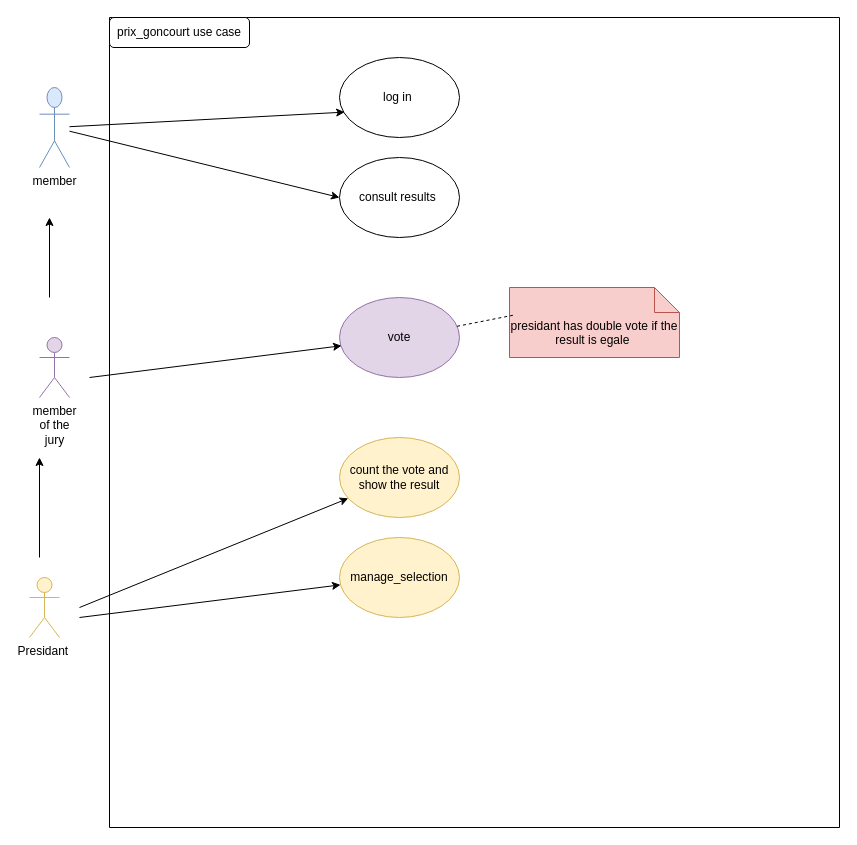
Before: prix_goncourt/Docs/diagrame_ use_case.drawio in SHATAJV/prix_goncourt-, a draw.io diagram. Source tidied: cells renumbered, new cells numbered last; positions are measured from the earlier drawing's top-left corner, leaving out a move shared by most shapes. Both pictures are drawn from the tidied source at 100%, with x=0, y=0 at pixel (29, 17).
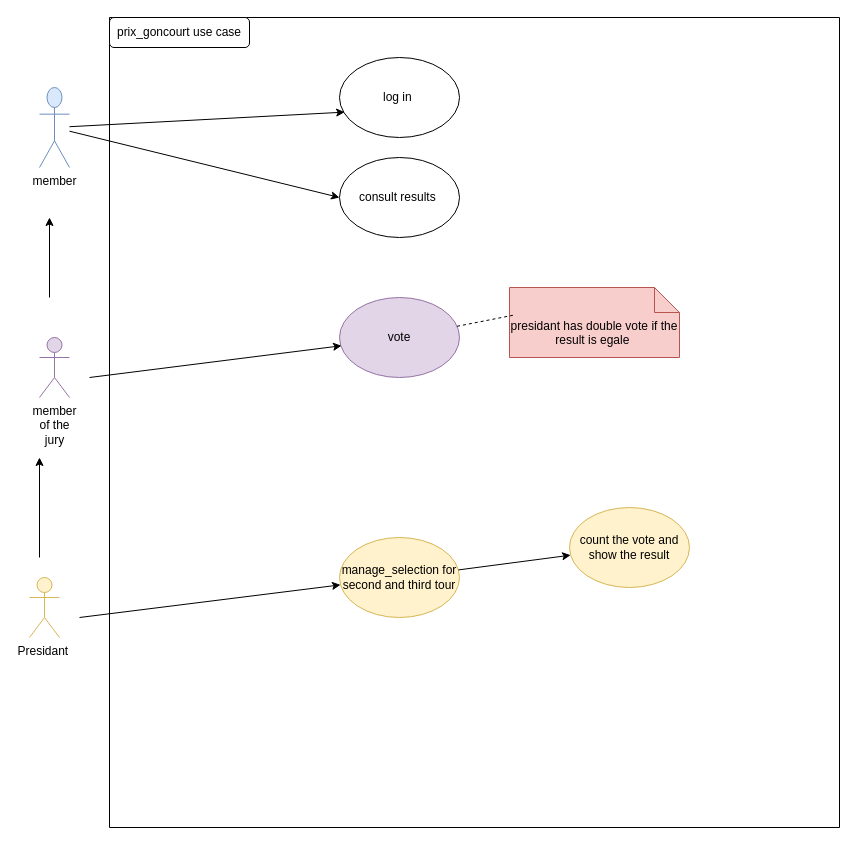
After the change.

Commit message:
Mettre à jour diagrame_ use_case.drawio

The change refers to these unchanged cells:
```xml
<mxCell id="2" style="swimlane;startSize=0;" parent="1" vertex="1">
  <mxGeometry x="80" width="730" height="810" as="geometry" />
</mxCell>
```

Diff of the diagram source:
```diff
@@
-    <mxCell id="7" value="manage_selection" style="ellipse;whiteSpace=wrap;html=1;fillColor=#fff2cc;strokeColor=#d6b656;" parent="2" vertex="1">
+    <mxCell id="7" value="manage_selection for second and third tour" style="ellipse;whiteSpace=wrap;html=1;fillColor=#fff2cc;strokeColor=#d6b656;" parent="2" vertex="1">
       <mxGeometry x="230" y="520" width="120" height="80" as="geometry" />
     </mxCell>
@@
     <mxCell id="10" value="count the vote and show the result" style="ellipse;whiteSpace=wrap;html=1;fillColor=#fff2cc;strokeColor=#d6b656;" parent="2" vertex="1">
-      <mxGeometry x="230" y="420" width="120" height="80" as="geometry" />
+      <mxGeometry x="460" y="490" width="120" height="80" as="geometry" />
     </mxCell>
+    <mxCell id="21" style="endArrow=classic;html=1;rounded=0;" parent="2" edge="1" source="7" target="10">
+      <mxGeometry relative="1" as="geometry" />
+    </mxCell>
@@
-    <mxCell id="20" style="endArrow=classic;html=1;rounded=0;" parent="1" edge="1" target="10">
-      <mxGeometry relative="1" as="geometry">
-        <mxPoint x="50" y="590" as="sourcePoint" />
-      </mxGeometry>
-    </mxCell>
```
